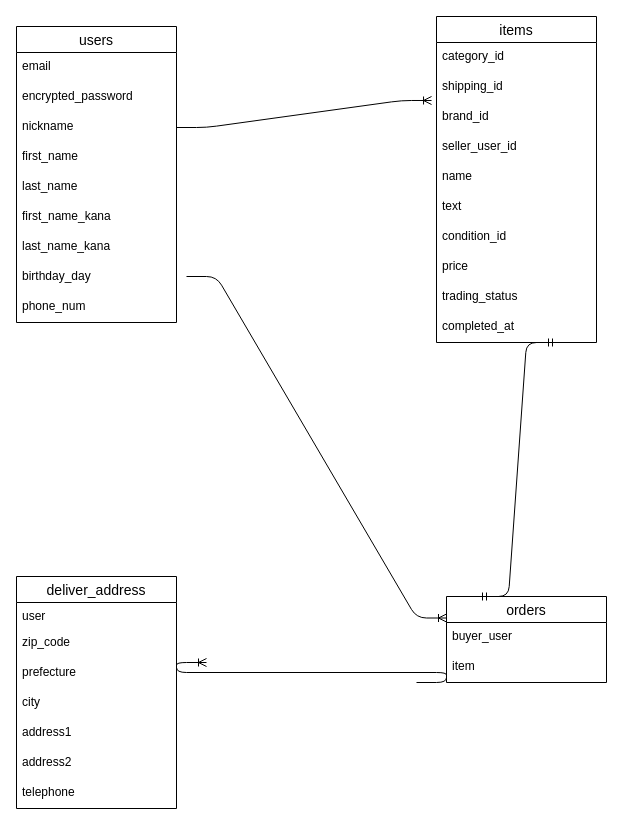
The draw.io diagram test.dio in 820sayama/furima-37106, before the edit. Source tidied: cells renumbered, new cells numbered last; positions are measured from the earlier drawing's top-left corner, leaving out a move shared by most shapes. Both pictures are drawn from the tidied source at 100%, with x=0, y=0 at pixel (16, 16).
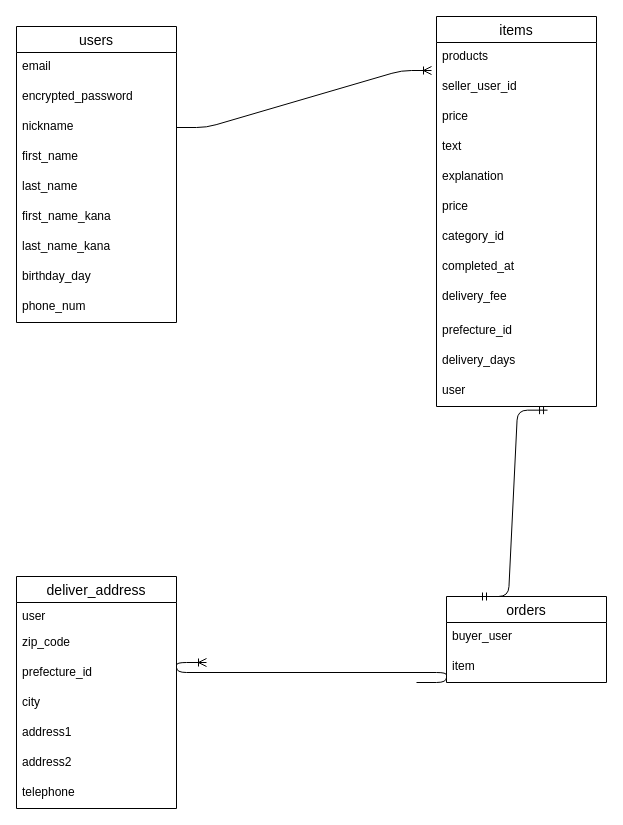
The same page after the edit.

Unchanged cells that the change refers to:
```xml
<mxCell id="5" value="nickname  " style="text;strokeColor=none;fillColor=none;spacingLeft=4;spacingRight=4;overflow=hidden;points=[[0,0.5],[1,0.5]];portConstraint=eastwest;fontSize=12;" parent="2" vertex="1">
  <mxGeometry y="86" width="160" height="30" as="geometry" />
</mxCell>
<mxCell id="23" value="orders" style="swimlane;fontStyle=0;horizontal=1;startSize=26;align=center;fontSize=14;" parent="1" vertex="1">
  <mxGeometry x="430" y="580" width="160" height="86" as="geometry" />
</mxCell>
<mxCell id="26" value="deliver_address" style="swimlane;fontStyle=0;horizontal=1;startSize=26;align=center;fontSize=14;" parent="1" vertex="1">
  <mxGeometry y="560" width="160" height="232" as="geometry" />
</mxCell>
```

What changed in the source:
```diff
@@
     <mxCell id="12" value="items" style="swimlane;fontStyle=0;horizontal=1;startSize=26;align=center;fontSize=14;" parent="1" vertex="1">
-      <mxGeometry x="420" width="160" height="326" as="geometry" />
+      <mxGeometry x="420" width="160" height="390" as="geometry" />
     </mxCell>
-    <mxCell id="13" value="category_id    " style="text;strokeColor=none;fillColor=none;spacingLeft=4;spacingRight=4;overflow=hidden;fontSize=12;" parent="12" vertex="1">
-      <mxGeometry y="26" width="160" height="30" as="geometry" />
-    </mxCell>
-    <mxCell id="14" value="shipping_id " style="text;strokeColor=none;fillColor=none;spacingLeft=4;spacingRight=4;overflow=hidden;points=[[0,0.5],[1,0.5]];portConstraint=eastwest;fontSize=12;" parent="12" vertex="1">
-      <mxGeometry y="56" width="160" height="30" as="geometry" />
-    </mxCell>
-    <mxCell id="15" value="brand_id  " style="text;strokeColor=none;fillColor=none;spacingLeft=4;spacingRight=4;overflow=hidden;fontSize=12;" parent="12" vertex="1">
-      <mxGeometry y="86" width="160" height="30" as="geometry" />
+    <mxCell id="15" value="products " style="text;strokeColor=none;fillColor=none;spacingLeft=4;spacingRight=4;overflow=hidden;fontSize=12;" parent="12" vertex="1">
+      <mxGeometry y="26" width="160" height="30" as="geometry" />
     </mxCell>
     <mxCell id="16" value="seller_user_id" style="text;strokeColor=none;fillColor=none;spacingLeft=4;spacingRight=4;overflow=hidden;fontSize=12;" parent="12" vertex="1">
-      <mxGeometry y="116" width="160" height="30" as="geometry" />
+      <mxGeometry y="56" width="160" height="30" as="geometry" />
     </mxCell>
-    <mxCell id="17" value="name" style="text;strokeColor=none;fillColor=none;spacingLeft=4;spacingRight=4;overflow=hidden;fontSize=12;" parent="12" vertex="1">
-      <mxGeometry y="146" width="160" height="30" as="geometry" />
+    <mxCell id="17" value="price" style="text;strokeColor=none;fillColor=none;spacingLeft=4;spacingRight=4;overflow=hidden;fontSize=12;" parent="12" vertex="1">
+      <mxGeometry y="86" width="160" height="30" as="geometry" />
     </mxCell>
     <mxCell id="18" value="text" style="text;strokeColor=none;fillColor=none;spacingLeft=4;spacingRight=4;overflow=hidden;fontSize=12;" parent="12" vertex="1">
-      <mxGeometry y="176" width="160" height="30" as="geometry" />
+      <mxGeometry y="116" width="160" height="30" as="geometry" />
     </mxCell>
-    <mxCell id="19" value="condition_id  " style="text;strokeColor=none;fillColor=none;spacingLeft=4;spacingRight=4;overflow=hidden;fontSize=12;" parent="12" vertex="1">
-      <mxGeometry y="206" width="160" height="30" as="geometry" />
+    <mxCell id="19" value="explanation " style="text;strokeColor=none;fillColor=none;spacingLeft=4;spacingRight=4;overflow=hidden;fontSize=12;" parent="12" vertex="1">
+      <mxGeometry y="146" width="160" height="30" as="geometry" />
     </mxCell>
     <mxCell id="20" value="price" style="text;strokeColor=none;fillColor=none;spacingLeft=4;spacingRight=4;overflow=hidden;fontSize=12;" parent="12" vertex="1">
-      <mxGeometry y="236" width="160" height="30" as="geometry" />
+      <mxGeometry y="176" width="160" height="30" as="geometry" />
     </mxCell>
-    <mxCell id="21" value="trading_status" style="text;strokeColor=none;fillColor=none;spacingLeft=4;spacingRight=4;overflow=hidden;fontSize=12;" parent="12" vertex="1">
-      <mxGeometry y="266" width="160" height="30" as="geometry" />
+    <mxCell id="21" value="category_id   " style="text;strokeColor=none;fillColor=none;spacingLeft=4;spacingRight=4;overflow=hidden;fontSize=12;" parent="12" vertex="1">
+      <mxGeometry y="206" width="160" height="30" as="geometry" />
     </mxCell>
     <mxCell id="22" value="completed_at" style="text;strokeColor=none;fillColor=none;spacingLeft=4;spacingRight=4;overflow=hidden;fontSize=12;" parent="12" vertex="1">
-      <mxGeometry y="296" width="160" height="30" as="geometry" />
+      <mxGeometry y="236" width="160" height="30" as="geometry" />
     </mxCell>
+    <mxCell id="38" value="delivery_fee  " style="text;strokeColor=none;fillColor=none;spacingLeft=4;spacingRight=4;overflow=hidden;fontSize=12;" parent="12" vertex="1">
+      <mxGeometry y="266" width="160" height="34" as="geometry" />
+    </mxCell>
+    <mxCell id="39" value=" prefecture_id" style="text;strokeColor=none;fillColor=none;spacingLeft=4;spacingRight=4;overflow=hidden;fontSize=12;" parent="12" vertex="1">
+      <mxGeometry y="300" width="160" height="30" as="geometry" />
+    </mxCell>
+    <mxCell id="40" value="delivery_days " style="text;strokeColor=none;fillColor=none;spacingLeft=4;spacingRight=4;overflow=hidden;fontSize=12;" parent="12" vertex="1">
+      <mxGeometry y="330" width="160" height="30" as="geometry" />
+    </mxCell>
+    <mxCell id="41" value="user " style="text;strokeColor=none;fillColor=none;spacingLeft=4;spacingRight=4;overflow=hidden;points=[[0,0.5],[1,0.5]];portConstraint=eastwest;fontSize=12;" parent="12" vertex="1">
+      <mxGeometry y="360" width="160" height="30" as="geometry" />
+    </mxCell>
@@
-    <mxCell id="29" value="prefecture" style="text;strokeColor=none;fillColor=none;spacingLeft=4;spacingRight=4;overflow=hidden;fontSize=12;" parent="26" vertex="1">
+    <mxCell id="29" value="prefecture_id" style="text;strokeColor=none;fillColor=none;spacingLeft=4;spacingRight=4;overflow=hidden;fontSize=12;" parent="26" vertex="1">
       <mxGeometry y="82" width="160" height="30" as="geometry" />
     </mxCell>
@@
-    <mxCell id="34" style="edgeStyle=entityRelationEdgeStyle;fontSize=12;html=1;endArrow=ERoneToMany;entryX=-0.031;entryY=0.933;entryDx=0;entryDy=0;entryPerimeter=0;" parent="1" edge="1" source="5" target="14">
-      <mxGeometry relative="1" as="geometry" />
+    <mxCell id="34" style="edgeStyle=entityRelationEdgeStyle;fontSize=12;html=1;endArrow=ERoneToMany;entryX=-0.031;entryY=0.933;entryDx=0;entryDy=0;entryPerimeter=0;" parent="1" edge="1" source="5">
+      <mxGeometry relative="1" as="geometry">
+        <mxPoint x="415" y="54" as="targetPoint" />
+      </mxGeometry>
     </mxCell>
-    <mxCell id="35" style="edgeStyle=entityRelationEdgeStyle;fontSize=12;html=1;endArrow=ERoneToMany;entryX=0;entryY=0.25;entryDx=0;entryDy=0;" parent="1" edge="1" target="23">
-      <mxGeometry relative="1" as="geometry">
-        <mxPoint x="170" y="260" as="sourcePoint" />
-      </mxGeometry>
-    </mxCell>
-    <mxCell id="36" style="edgeStyle=entityRelationEdgeStyle;fontSize=12;html=1;endArrow=ERmandOne;startArrow=ERmandOne;exitX=0.2;exitY=0;exitDx=0;exitDy=0;exitPerimeter=0;" parent="1" edge="1" source="23">
-      <mxGeometry relative="1" as="geometry">
-        <mxPoint x="540" y="326" as="targetPoint" />
-      </mxGeometry>
+    <mxCell id="36" style="edgeStyle=entityRelationEdgeStyle;fontSize=12;html=1;endArrow=ERmandOne;startArrow=ERmandOne;exitX=0.2;exitY=0;exitDx=0;exitDy=0;exitPerimeter=0;entryX=0.694;entryY=1.122;entryDx=0;entryDy=0;entryPerimeter=0;" parent="1" edge="1" source="23" target="41">
+      <mxGeometry relative="1" as="geometry" />
     </mxCell>
```
